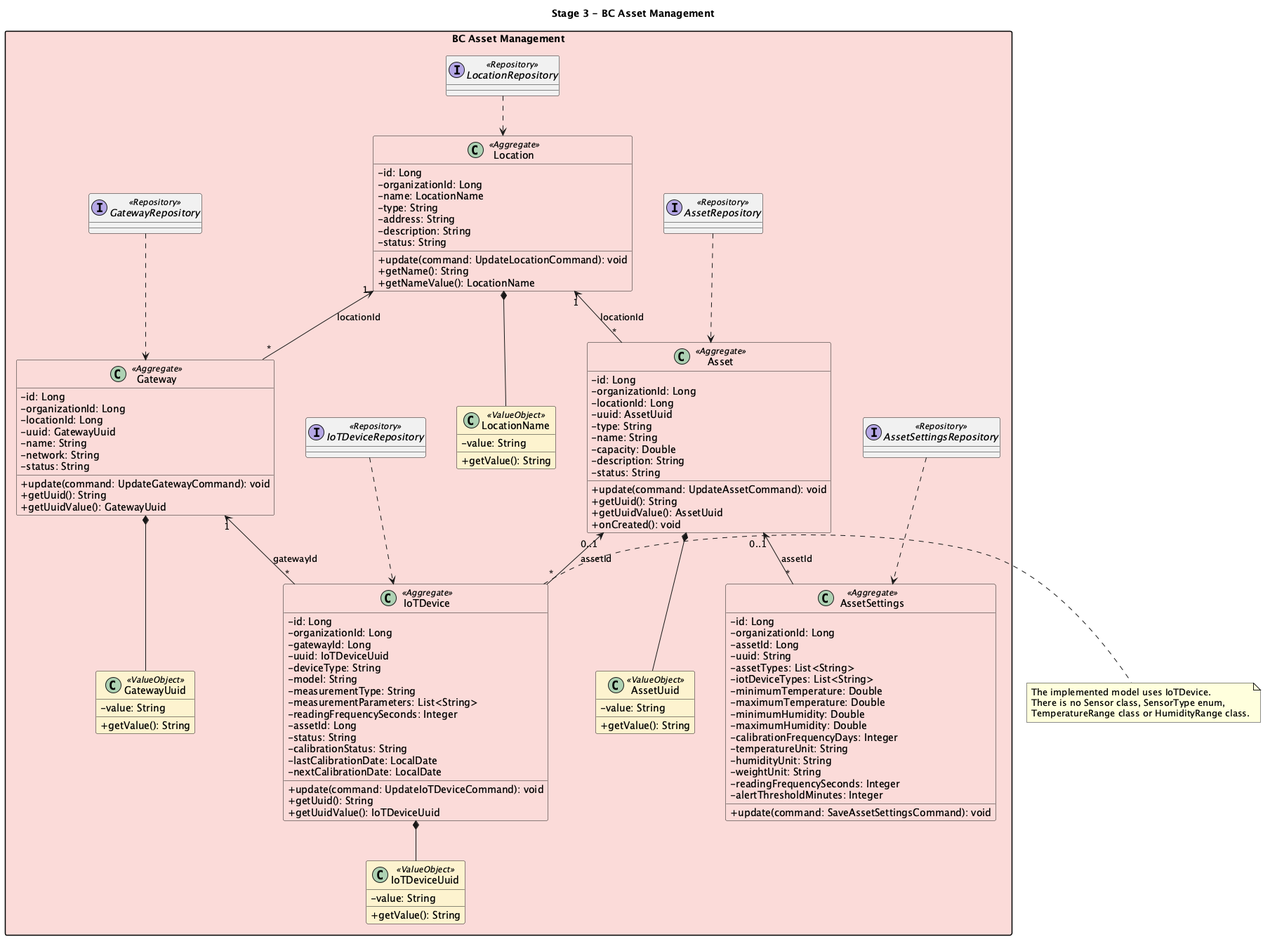
Before: report/assets/chapter-04/classdiagram/classdiagram-etapa3-bc-gestion-sensores.png, a diagram exported from PlantUML (ICEQ2026/informe-del-proyecto).
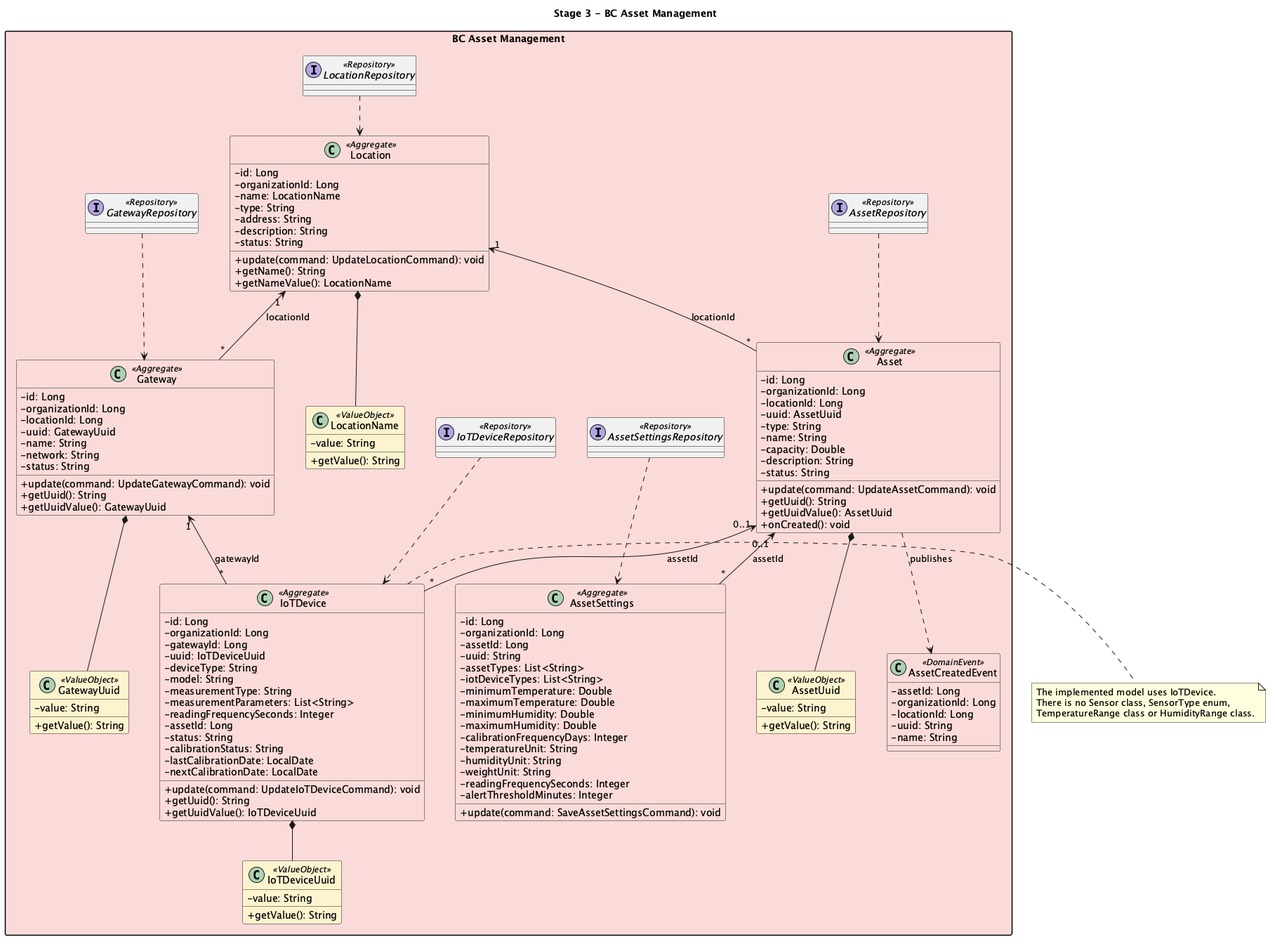
Later version of the same file.

Commit message:
docs(report): add asset created event to class diagrams

The edit, as a diff of the source:
```diff
@@ -112,6 +112,14 @@
     + getValue(): String
   }
 
+  class AssetCreatedEvent <<DomainEvent>> #FADBD8 {
+    - assetId: Long
+    - organizationId: Long
+    - locationId: Long
+    - uuid: String
+    - name: String
+  }
+
   interface LocationRepository <<Repository>>
   interface AssetRepository <<Repository>>
   interface GatewayRepository <<Repository>>
@@ -127,6 +135,7 @@
   Asset *-- AssetUuid
   Gateway *-- GatewayUuid
   IoTDevice *-- IoTDeviceUuid
+  Asset ..> AssetCreatedEvent : publishes
   LocationRepository ..> Location
   AssetRepository ..> Asset
   GatewayRepository ..> Gateway
```
